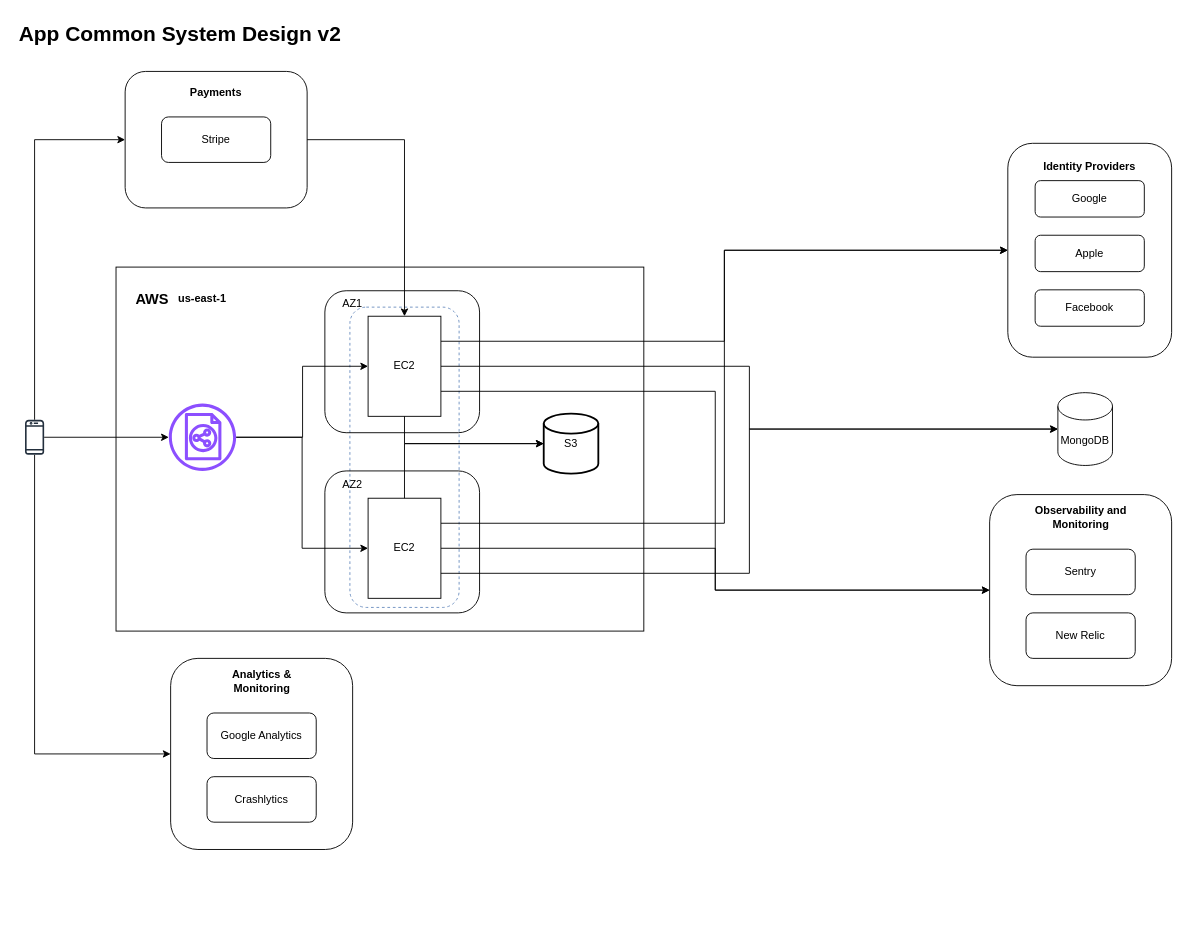
This is system-design-common-appv2.drawio from jasieloc/system-design, a draw.io file, before an edit. Source tidied: cells renumbered, new cells numbered last; positions are measured from the earlier drawing's top-left corner, leaving out a move shared by most shapes. Both pictures are drawn from the tidied source at 91%, with x=0, y=0 at pixel (15, 15).
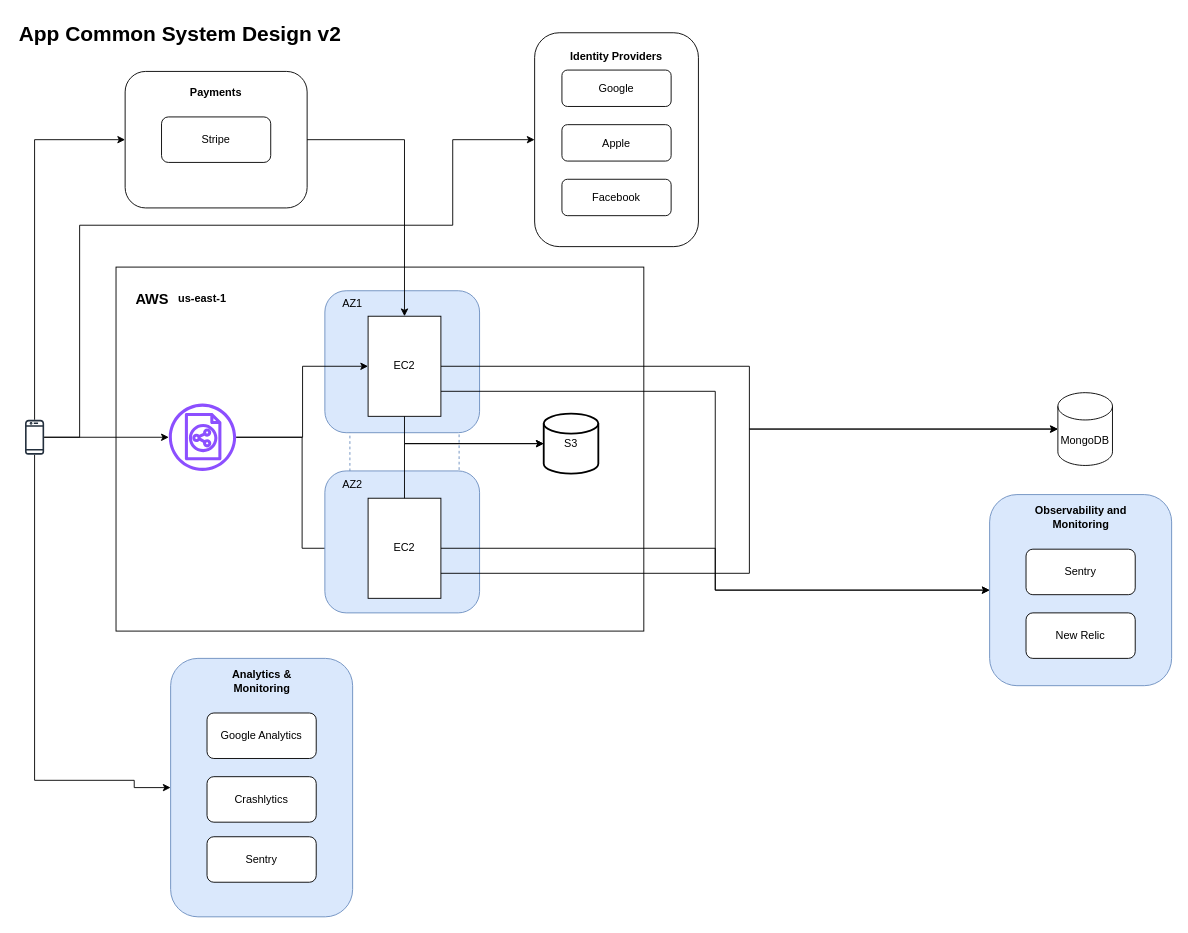
After the change.

Unchanged cells that the change refers to:
```xml
<mxCell id="13" value="EC2" style="rounded=0;whiteSpace=wrap;html=1;" parent="1" vertex="1">
  <mxGeometry x="387" y="330" width="80" height="110" as="geometry" />
</mxCell>
<mxCell id="16" style="sketch=0;outlineConnect=0;fontColor=#232F3E;gradientColor=none;fillColor=#232F3D;strokeColor=none;dashed=0;verticalLabelPosition=bottom;verticalAlign=top;align=center;html=1;fontSize=12;fontStyle=0;shape=mxgraph.aws4.mobile_client;" parent="1" vertex="1">
  <mxGeometry x="10" y="443" width="21" height="40" as="geometry" />
</mxCell>
<mxCell id="42" value="EC2" style="rounded=0;whiteSpace=wrap;html=1;" parent="1" vertex="1">
  <mxGeometry x="387" y="530" width="80" height="110" as="geometry" />
</mxCell>
```

What changed in the source:
```diff
@@
-    <mxCell id="4" style="rounded=1;whiteSpace=wrap;html=1;fillColor=none;" parent="1" vertex="1">
+    <mxCell id="4" style="rounded=1;whiteSpace=wrap;html=1;fillColor=#dae8fc;strokeColor=#6c8ebf;" parent="1" vertex="1">
       <mxGeometry x="339.5" y="302" width="170" height="156" as="geometry" />
     </mxCell>
     <mxCell id="5" style="rounded=1;whiteSpace=wrap;html=1;fillColor=none;" parent="1" vertex="1">
-      <mxGeometry x="1090" y="140" width="180" height="235" as="geometry" />
+      <mxGeometry x="570" y="18.5" width="180" height="235" as="geometry" />
     </mxCell>
@@
-    <mxCell id="11" style="edgeStyle=orthogonalEdgeStyle;rounded=0;jettySize=auto;html=1;exitX=1;exitY=0.25;exitDx=0;exitDy=0;entryX=0;entryY=0.5;entryDx=0;entryDy=0;" parent="1" edge="1" source="13" target="5">
-      <mxGeometry relative="1" as="geometry" />
-    </mxCell>
@@
     <mxCell id="14" style="edgeStyle=orthogonalEdgeStyle;rounded=0;jettySize=auto;html=1;entryX=0;entryY=0.5;entryDx=0;entryDy=0;" parent="1" edge="1" source="16" target="24">
       <mxGeometry relative="1" as="geometry">
         <Array as="points">
-          <mxPoint x="21" y="811" />
+          <mxPoint x="21" y="840" />
+          <mxPoint x="130" y="840" />
+          <mxPoint x="130" y="848" />
         </Array>
       </mxGeometry>
     </mxCell>
@@
+    <mxCell id="47" style="edgeStyle=orthogonalEdgeStyle;rounded=0;jettySize=auto;html=1;entryX=0;entryY=0.5;entryDx=0;entryDy=0;" parent="1" edge="1" source="16" target="5">
+      <mxGeometry relative="1" as="geometry">
+        <Array as="points">
+          <mxPoint x="70" y="463" />
+          <mxPoint x="70" y="230" />
+          <mxPoint x="480" y="230" />
+          <mxPoint x="480" y="136" />
+        </Array>
+      </mxGeometry>
+    </mxCell>
@@
     <mxCell id="20" value="Google" style="rounded=1;whiteSpace=wrap;html=1;" parent="1" vertex="1">
-      <mxGeometry x="1120" y="181" width="120" height="40" as="geometry" />
+      <mxGeometry x="600" y="59.5" width="120" height="40" as="geometry" />
     </mxCell>
     <mxCell id="21" value="Apple" style="rounded=1;whiteSpace=wrap;html=1;" parent="1" vertex="1">
-      <mxGeometry x="1120" y="241" width="120" height="40" as="geometry" />
+      <mxGeometry x="600" y="119.5" width="120" height="40" as="geometry" />
     </mxCell>
     <mxCell id="22" value="Facebook" style="rounded=1;whiteSpace=wrap;html=1;" parent="1" vertex="1">
-      <mxGeometry x="1120" y="301" width="120" height="40" as="geometry" />
+      <mxGeometry x="600" y="179.5" width="120" height="40" as="geometry" />
     </mxCell>
     <mxCell id="23" value="Identity Providers" style="text;html=1;align=center;verticalAlign=middle;whiteSpace=wrap;rounded=0;fontStyle=1;" parent="1" vertex="1">
-      <mxGeometry x="1120" y="151" width="120" height="30" as="geometry" />
+      <mxGeometry x="600" y="29.5" width="120" height="30" as="geometry" />
     </mxCell>
-    <mxCell id="24" style="rounded=1;whiteSpace=wrap;html=1;fillColor=none;" parent="1" vertex="1">
-      <mxGeometry x="170" y="706" width="200" height="210" as="geometry" />
+    <mxCell id="24" style="rounded=1;whiteSpace=wrap;html=1;fillColor=#dae8fc;strokeColor=#6c8ebf;" parent="1" vertex="1">
+      <mxGeometry x="170" y="706" width="200" height="284" as="geometry" />
     </mxCell>
@@
-    <mxCell id="29" style="rounded=1;whiteSpace=wrap;html=1;fillColor=none;" parent="1" vertex="1">
+    <mxCell id="29" style="rounded=1;whiteSpace=wrap;html=1;fillColor=#dae8fc;strokeColor=#6c8ebf;" parent="1" vertex="1">
       <mxGeometry x="1070" y="526" width="200" height="210" as="geometry" />
     </mxCell>
@@
-    <mxCell id="39" style="rounded=1;whiteSpace=wrap;html=1;fillColor=none;" parent="1" vertex="1">
+    <mxCell id="39" style="rounded=1;whiteSpace=wrap;html=1;fillColor=#dae8fc;strokeColor=#6c8ebf;" parent="1" vertex="1">
       <mxGeometry x="339.5" y="500" width="170" height="156" as="geometry" />
     </mxCell>
@@
-    <mxCell id="41" style="edgeStyle=orthogonalEdgeStyle;rounded=0;jettySize=auto;html=1;exitX=1;exitY=0.25;exitDx=0;exitDy=0;entryX=0;entryY=0.5;entryDx=0;entryDy=0;" parent="1" edge="1" source="42" target="5">
-      <mxGeometry relative="1" as="geometry" />
-    </mxCell>
@@
+    <mxCell id="48" value="Sentry" style="rounded=1;whiteSpace=wrap;html=1;" parent="1" vertex="1">
+      <mxGeometry x="210" y="902" width="120" height="50" as="geometry" />
+    </mxCell>
```
